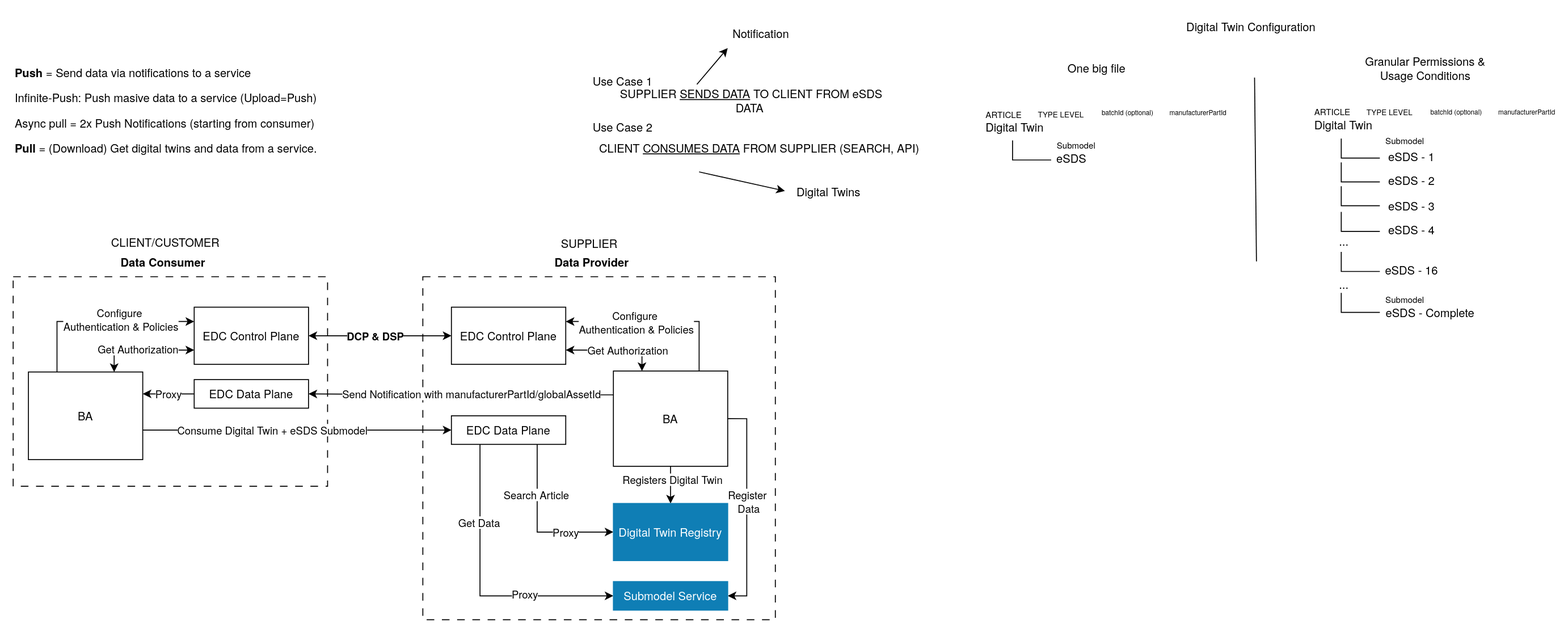
Above: docs-kits/kits/esdscom-kit/resources/Architecture - eSDScom Use Case.drawio.svg in eclipse-tractusx/eclipse-tractusx.github.io (draw.io), before the change. Source tidied: cells renumbered, new cells last; positions are measured from the earlier drawing's top-left corner, leaving out a move shared by most shapes.
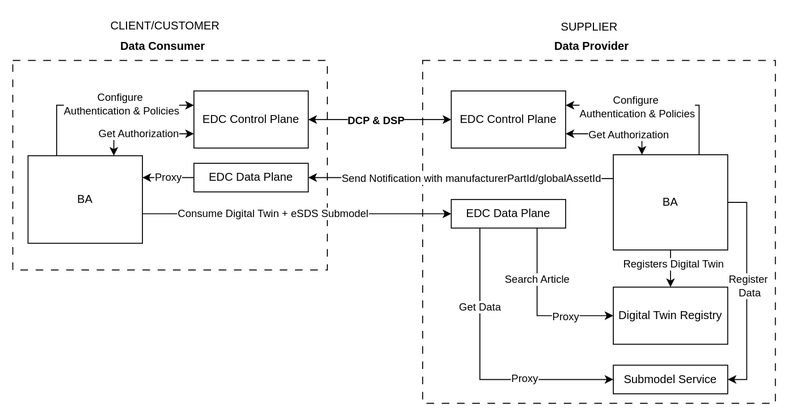
After the commit.

Diff of the diagram source:
```diff
@@ -112,21 +112,6 @@
     <mxCell id="32" value="EDC Data Plane" style="rounded=0;whiteSpace=wrap;html=1;" parent="1" vertex="1">
       <mxGeometry x="460" y="446" width="120" height="30" as="geometry" />
     </mxCell>
-    <mxCell id="33" value="&lt;span&gt;&lt;p&gt;&lt;b&gt;Push&amp;nbsp;&lt;/b&gt;= Send data via notifications to a service&lt;/p&gt;&lt;p&gt;Infinite-Push: Push masive data to a service (Upload=Push)&lt;/p&gt;&lt;p&gt;Async pull = 2x Push Notifications (starting from consumer)&lt;/p&gt;&lt;p&gt;&lt;b&gt;Pull&lt;/b&gt; = (Download) Get digital twins and data from a service.&lt;/p&gt;&lt;/span&gt;" style="text;whiteSpace=wrap;html=1;" parent="1" vertex="1">
-      <mxGeometry y="60" width="350" height="140" as="geometry" />
-    </mxCell>
-    <mxCell id="34" value="SUPPLIER &lt;u&gt;SENDS DATA&lt;/u&gt; TO CLIENT FROM eSDS DATA&amp;nbsp;" style="text;html=1;whiteSpace=wrap;strokeColor=none;fillColor=none;align=center;verticalAlign=middle;rounded=0;" parent="1" vertex="1">
-      <mxGeometry x="620" y="100" width="310" height="30" as="geometry" />
-    </mxCell>
-    <mxCell id="35" value="CLIENT&amp;nbsp;&lt;u&gt;CONSUMES DATA&lt;/u&gt; FROM SUPPLIER (SEARCH, API)&amp;nbsp;" style="text;html=1;whiteSpace=wrap;strokeColor=none;fillColor=none;align=center;verticalAlign=middle;rounded=0;" parent="1" vertex="1">
-      <mxGeometry x="610" y="150" width="350" height="30" as="geometry" />
-    </mxCell>
-    <mxCell id="36" value="Use Case 1" style="text;html=1;whiteSpace=wrap;strokeColor=none;fillColor=none;align=center;verticalAlign=middle;rounded=0;" parent="1" vertex="1">
-      <mxGeometry x="600" y="80" width="80" height="30" as="geometry" />
-    </mxCell>
-    <mxCell id="37" value="Use Case 2" style="text;html=1;whiteSpace=wrap;strokeColor=none;fillColor=none;align=center;verticalAlign=middle;rounded=0;" parent="1" vertex="1">
-      <mxGeometry x="600" y="130" width="80" height="25" as="geometry" />
-    </mxCell>
     <mxCell id="38" value="Digital Twin Registry" style="leanix_color_Application;rounded=0;whiteSpace=wrap;html=1;" parent="1" vertex="1">
       <mxGeometry x="630" y="538" width="120" height="60" as="geometry" />
     </mxCell>
@@ -136,47 +121,9 @@
     <mxCell id="40" value="EDC Data Plane" style="rounded=0;whiteSpace=wrap;html=1;" parent="1" vertex="1">
       <mxGeometry x="190" y="408" width="120" height="30" as="geometry" />
     </mxCell>
-    <mxCell id="41" style="endArrow=classic;html=1;rounded=0;exitX=0.315;exitY=-0.06;exitDx=0;exitDy=0;exitPerimeter=0;" parent="1" edge="1" source="34">
-      <mxGeometry relative="1" as="geometry">
-        <mxPoint x="750" y="60" as="targetPoint" />
-      </mxGeometry>
-    </mxCell>
-    <mxCell id="42" value="Notification" style="text;html=1;whiteSpace=wrap;strokeColor=none;fillColor=none;align=center;verticalAlign=middle;rounded=0;" parent="1" vertex="1">
-      <mxGeometry x="755" y="30" width="60" height="30" as="geometry" />
-    </mxCell>
-    <mxCell id="43" style="endArrow=classic;html=1;rounded=0;" parent="1" edge="1">
-      <mxGeometry relative="1" as="geometry">
-        <mxPoint x="720" y="190" as="sourcePoint" />
-        <mxPoint x="810" y="210" as="targetPoint" />
-      </mxGeometry>
-    </mxCell>
-    <mxCell id="44" value="Digital Twin" style="text;html=1;whiteSpace=wrap;strokeColor=none;fillColor=none;align=center;verticalAlign=middle;rounded=0;" parent="1" vertex="1">
-      <mxGeometry x="1014" y="127.5" width="75" height="30" as="geometry" />
-    </mxCell>
-    <mxCell id="45" style="shape=partialRectangle;whiteSpace=wrap;html=1;bottom=0;right=0;fillColor=none;rotation=-180;flipH=1;" parent="1" vertex="1">
-      <mxGeometry x="1049" y="157.5" width="40" height="20" as="geometry" />
-    </mxCell>
-    <mxCell id="46" value="eSDS" style="text;html=1;whiteSpace=wrap;strokeColor=none;fillColor=none;align=center;verticalAlign=middle;rounded=0;" parent="1" vertex="1">
-      <mxGeometry x="1081" y="161.5" width="60" height="30" as="geometry" />
-    </mxCell>
-    <mxCell id="47" value="&lt;font style=&quot;font-size: 9px;&quot;&gt;Submodel&lt;/font&gt;" style="text;html=1;whiteSpace=wrap;strokeColor=none;fillColor=none;align=center;verticalAlign=middle;rounded=0;" parent="1" vertex="1">
-      <mxGeometry x="1086" y="146.5" width="60" height="30" as="geometry" />
-    </mxCell>
-    <mxCell id="48" value="&lt;font style=&quot;font-size: 9px;&quot;&gt;ARTICLE&lt;/font&gt;" style="text;html=1;whiteSpace=wrap;strokeColor=none;fillColor=none;align=center;verticalAlign=middle;rounded=0;" parent="1" vertex="1">
-      <mxGeometry x="1010" y="113.5" width="60" height="30" as="geometry" />
-    </mxCell>
-    <mxCell id="49" value="&lt;font style=&quot;font-size: 8px;&quot;&gt;TYPE LEVEL&lt;/font&gt;" style="text;html=1;whiteSpace=wrap;strokeColor=none;fillColor=none;align=center;verticalAlign=middle;rounded=0;" parent="1" vertex="1">
-      <mxGeometry x="1070" y="112.5" width="60" height="30" as="geometry" />
-    </mxCell>
-    <mxCell id="50" value="&lt;font style=&quot;font-size: 7px;&quot;&gt;batchId (optional)&lt;/font&gt;" style="text;html=1;whiteSpace=wrap;strokeColor=none;fillColor=none;align=center;verticalAlign=middle;rounded=0;" parent="1" vertex="1">
-      <mxGeometry x="1140" y="111.5" width="60" height="30" as="geometry" />
-    </mxCell>
     <mxCell id="51" value="Submodel Service" style="leanix_color_Application;rounded=0;whiteSpace=wrap;html=1;" parent="1" vertex="1">
       <mxGeometry x="630" y="620" width="120" height="30" as="geometry" />
     </mxCell>
-    <mxCell id="52" value="&lt;font style=&quot;font-size: 7px;&quot;&gt;manufacturerPartId&lt;/font&gt;" style="text;html=1;whiteSpace=wrap;strokeColor=none;fillColor=none;align=center;verticalAlign=middle;rounded=0;" parent="1" vertex="1">
-      <mxGeometry x="1214" y="111.5" width="60" height="30" as="geometry" />
-    </mxCell>
     <mxCell id="53" value="SUPPLIER" style="text;html=1;whiteSpace=wrap;strokeColor=none;fillColor=none;align=center;verticalAlign=middle;rounded=0;" parent="1" vertex="1">
       <mxGeometry x="575" y="250" width="60" height="30" as="geometry" />
     </mxCell>
@@ -191,86 +138,5 @@
         <mxPoint x="-29" y="-1" as="offset" />
       </mxGeometry>
     </mxCell>
-    <mxCell id="57" value="Digital Twin" style="text;html=1;whiteSpace=wrap;strokeColor=none;fillColor=none;align=center;verticalAlign=middle;rounded=0;" parent="1" vertex="1">
-      <mxGeometry x="1359" y="125.5" width="75" height="30" as="geometry" />
-    </mxCell>
-    <mxCell id="58" style="shape=partialRectangle;whiteSpace=wrap;html=1;bottom=0;right=0;fillColor=none;rotation=-180;flipH=1;" parent="1" vertex="1">
-      <mxGeometry x="1394" y="155.5" width="40" height="20" as="geometry" />
-    </mxCell>
-    <mxCell id="59" value="eSDS - 1" style="text;html=1;whiteSpace=wrap;strokeColor=none;fillColor=none;align=center;verticalAlign=middle;rounded=0;" parent="1" vertex="1">
-      <mxGeometry x="1438" y="158.5" width="60" height="30" as="geometry" />
-    </mxCell>
-    <mxCell id="60" value="&lt;font style=&quot;font-size: 9px;&quot;&gt;Submodel&lt;/font&gt;" style="text;html=1;whiteSpace=wrap;strokeColor=none;fillColor=none;align=center;verticalAlign=middle;rounded=0;" parent="1" vertex="1">
-      <mxGeometry x="1431" y="141.5" width="60" height="30" as="geometry" />
-    </mxCell>
-    <mxCell id="61" value="&lt;font style=&quot;font-size: 9px;&quot;&gt;ARTICLE&lt;/font&gt;" style="text;html=1;whiteSpace=wrap;strokeColor=none;fillColor=none;align=center;verticalAlign=middle;rounded=0;" parent="1" vertex="1">
-      <mxGeometry x="1355" y="111.5" width="60" height="30" as="geometry" />
-    </mxCell>
-    <mxCell id="62" value="&lt;font style=&quot;font-size: 8px;&quot;&gt;TYPE LEVEL&lt;/font&gt;" style="text;html=1;whiteSpace=wrap;strokeColor=none;fillColor=none;align=center;verticalAlign=middle;rounded=0;" parent="1" vertex="1">
-      <mxGeometry x="1415" y="110.5" width="60" height="30" as="geometry" />
-    </mxCell>
-    <mxCell id="63" value="&lt;font style=&quot;font-size: 7px;&quot;&gt;batchId (optional)&lt;/font&gt;" style="text;html=1;whiteSpace=wrap;strokeColor=none;fillColor=none;align=center;verticalAlign=middle;rounded=0;" parent="1" vertex="1">
-      <mxGeometry x="1485" y="109.5" width="60" height="30" as="geometry" />
-    </mxCell>
-    <mxCell id="64" value="&lt;font style=&quot;font-size: 7px;&quot;&gt;manufacturerPartId&lt;/font&gt;" style="text;html=1;whiteSpace=wrap;strokeColor=none;fillColor=none;align=center;verticalAlign=middle;rounded=0;" parent="1" vertex="1">
-      <mxGeometry x="1559" y="109.5" width="60" height="30" as="geometry" />
-    </mxCell>
-    <mxCell id="65" style="shape=partialRectangle;whiteSpace=wrap;html=1;bottom=0;right=0;fillColor=none;rotation=-180;flipH=1;" parent="1" vertex="1">
-      <mxGeometry x="1394" y="180.5" width="40" height="20" as="geometry" />
-    </mxCell>
-    <mxCell id="66" style="shape=partialRectangle;whiteSpace=wrap;html=1;bottom=0;right=0;fillColor=none;rotation=-180;flipH=1;" parent="1" vertex="1">
-      <mxGeometry x="1394" y="232.5" width="40" height="20" as="geometry" />
-    </mxCell>
-    <mxCell id="67" style="shape=partialRectangle;whiteSpace=wrap;html=1;bottom=0;right=0;fillColor=none;rotation=-180;flipH=1;" parent="1" vertex="1">
-      <mxGeometry x="1394" y="205.5" width="40" height="20" as="geometry" />
-    </mxCell>
-    <mxCell id="68" value="eSDS - 2" style="text;html=1;whiteSpace=wrap;strokeColor=none;fillColor=none;align=center;verticalAlign=middle;rounded=0;" parent="1" vertex="1">
-      <mxGeometry x="1438" y="183.5" width="60" height="30" as="geometry" />
-    </mxCell>
-    <mxCell id="69" value="eSDS - 3" style="text;html=1;whiteSpace=wrap;strokeColor=none;fillColor=none;align=center;verticalAlign=middle;rounded=0;" parent="1" vertex="1">
-      <mxGeometry x="1438" y="210.5" width="60" height="30" as="geometry" />
-    </mxCell>
-    <mxCell id="70" value="eSDS - 4" style="text;html=1;whiteSpace=wrap;strokeColor=none;fillColor=none;align=center;verticalAlign=middle;rounded=0;" parent="1" vertex="1">
-      <mxGeometry x="1438" y="235.5" width="60" height="30" as="geometry" />
-    </mxCell>
-    <mxCell id="71" style="endArrow=none;html=1;rounded=0;" parent="1" edge="1">
-      <mxGeometry relative="1" as="geometry">
-        <mxPoint x="1305" y="284" as="sourcePoint" />
-        <mxPoint x="1303" y="91" as="targetPoint" />
-      </mxGeometry>
-    </mxCell>
-    <mxCell id="72" style="shape=partialRectangle;whiteSpace=wrap;html=1;bottom=0;right=0;fillColor=none;rotation=-180;flipH=1;" parent="1" vertex="1">
-      <mxGeometry x="1394" y="274.5" width="40" height="20" as="geometry" />
-    </mxCell>
-    <mxCell id="73" value="eSDS - 16" style="text;html=1;whiteSpace=wrap;strokeColor=none;fillColor=none;align=center;verticalAlign=middle;rounded=0;" parent="1" vertex="1">
-      <mxGeometry x="1438" y="277.5" width="60" height="30" as="geometry" />
-    </mxCell>
-    <mxCell id="74" value="..." style="text;html=1;whiteSpace=wrap;strokeColor=none;fillColor=none;align=center;verticalAlign=middle;rounded=0;" parent="1" vertex="1">
-      <mxGeometry x="1366.5" y="247.5" width="60" height="30" as="geometry" />
-    </mxCell>
-    <mxCell id="75" value="Digital Twin Configuration" style="text;html=1;whiteSpace=wrap;strokeColor=none;fillColor=none;align=center;verticalAlign=middle;rounded=0;" parent="1" vertex="1">
-      <mxGeometry x="1208" y="22.5" width="183" height="30" as="geometry" />
-    </mxCell>
-    <mxCell id="76" value="Granular Permissions &amp;amp; Usage Conditions" style="text;html=1;whiteSpace=wrap;strokeColor=none;fillColor=none;align=center;verticalAlign=middle;rounded=0;" parent="1" vertex="1">
-      <mxGeometry x="1406" y="65.5" width="153" height="30" as="geometry" />
-    </mxCell>
-    <mxCell id="77" value="One big file" style="text;html=1;whiteSpace=wrap;strokeColor=none;fillColor=none;align=center;verticalAlign=middle;rounded=0;" parent="1" vertex="1">
-      <mxGeometry x="1061" y="65.5" width="153" height="30" as="geometry" />
-    </mxCell>
-    <mxCell id="78" value="Digital Twins" style="text;html=1;whiteSpace=wrap;strokeColor=none;fillColor=none;align=center;verticalAlign=middle;rounded=0;" parent="1" vertex="1">
-      <mxGeometry x="804" y="195.5" width="104" height="30" as="geometry" />
-    </mxCell>
-    <mxCell id="79" value="eSDS - Complete" style="text;html=1;whiteSpace=wrap;strokeColor=none;fillColor=none;align=center;verticalAlign=middle;rounded=0;" parent="1" vertex="1">
-      <mxGeometry x="1431" y="322.5" width="113" height="30" as="geometry" />
-    </mxCell>
-    <mxCell id="80" value="&lt;font style=&quot;font-size: 9px;&quot;&gt;Submodel&lt;/font&gt;" style="text;html=1;whiteSpace=wrap;strokeColor=none;fillColor=none;align=center;verticalAlign=middle;rounded=0;" parent="1" vertex="1">
-      <mxGeometry x="1431" y="307.5" width="60" height="30" as="geometry" />
-    </mxCell>
-    <mxCell id="81" style="shape=partialRectangle;whiteSpace=wrap;html=1;bottom=0;right=0;fillColor=none;rotation=-180;flipH=1;" parent="1" vertex="1">
-      <mxGeometry x="1394" y="317.5" width="40" height="20" as="geometry" />
-    </mxCell>
-    <mxCell id="82" value="..." style="text;html=1;whiteSpace=wrap;strokeColor=none;fillColor=none;align=center;verticalAlign=middle;rounded=0;" parent="1" vertex="1">
-      <mxGeometry x="1366.5" y="292.5" width="60" height="30" as="geometry" />
-    </mxCell>
   </root>
 </mxGraphModel>
```
